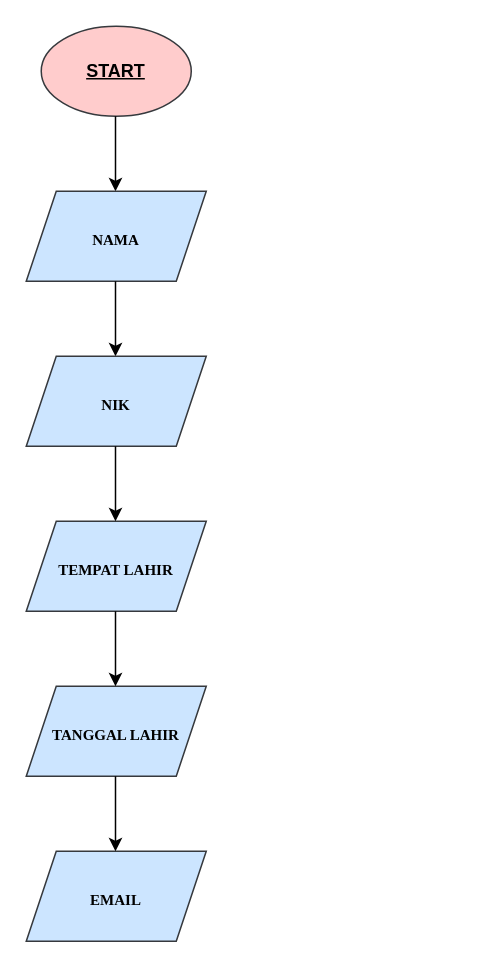
Earlier version of the draw.io diagram flowchart-hospital_admission.drawio (CarlosAprillio2002/carlos_aprillio-hospital_admission). Source tidied: cells renumbered, new cells numbered last; positions are measured from the earlier drawing's top-left corner, leaving out a move shared by most shapes. Both pictures are drawn from the tidied source at 150%, with x=0, y=0 at pixel (26, 26).
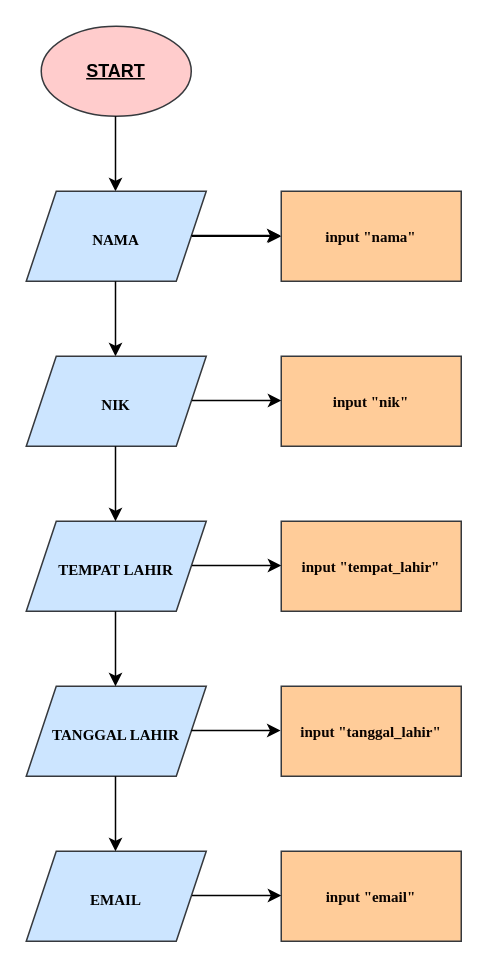
After the change.

Commit message:
Melakukan input pengguna baru

Unchanged cells that the change refers to:
```xml
<mxCell id="4" value="&lt;font style=&quot;font-size: 10px&quot;&gt;&lt;font color=&quot;#000000&quot;&gt;&lt;b&gt;NAMA&lt;/b&gt;&lt;/font&gt;&lt;br&gt;&lt;/font&gt;" style="shape=parallelogram;perimeter=parallelogramPerimeter;whiteSpace=wrap;html=1;fixedSize=1;shadow=0;sketch=0;fontFamily=Times New Roman;fontSize=18;strokeColor=#36393d;fillColor=#cce5ff;" parent="1" vertex="1">
  <mxGeometry y="110" width="120" height="60" as="geometry" />
</mxCell>
```

What changed in the source:
```diff
@@
+    <mxCell id="13" style="edgeStyle=none;html=1;labelBackgroundColor=default;fontFamily=Times New Roman;fontSize=10;fontColor=#0A0300;strokeColor=#000000;" parent="1" edge="1" source="4" target="14">
+      <mxGeometry relative="1" as="geometry" />
+    </mxCell>
@@
+    <mxCell id="14" value="&lt;font color=&quot;#0a0300&quot;&gt;&lt;b&gt;input &quot;nama&quot;&lt;/b&gt;&lt;/font&gt;" style="rounded=0;whiteSpace=wrap;html=1;shadow=0;sketch=0;fontFamily=Times New Roman;fontSize=10;strokeColor=#36393d;fillColor=#ffcc99;" parent="1" vertex="1">
+      <mxGeometry x="170" y="110" width="120" height="60" as="geometry" />
+    </mxCell>
+    <mxCell id="15" style="endArrow=classic;html=1;labelBackgroundColor=default;fontFamily=Times New Roman;fontSize=18;fontColor=#FDFCFF;strokeColor=#000000;" parent="1" edge="1">
+      <mxGeometry relative="1" as="geometry">
+        <mxPoint x="110" y="139.5" as="sourcePoint" />
+        <mxPoint x="169.5" y="139.5" as="targetPoint" />
+      </mxGeometry>
+    </mxCell>
+    <mxCell id="16" value="&lt;font color=&quot;#0a0300&quot;&gt;&lt;b&gt;input &quot;nik&quot;&lt;/b&gt;&lt;/font&gt;" style="rounded=0;whiteSpace=wrap;html=1;shadow=0;sketch=0;fontFamily=Times New Roman;fontSize=10;strokeColor=#36393d;fillColor=#ffcc99;" parent="1" vertex="1">
+      <mxGeometry x="170" y="220" width="120" height="60" as="geometry" />
+    </mxCell>
+    <mxCell id="17" value="&lt;font color=&quot;#0a0300&quot;&gt;&lt;b&gt;input &quot;tempat_lahir&quot;&lt;/b&gt;&lt;/font&gt;" style="rounded=0;whiteSpace=wrap;html=1;shadow=0;sketch=0;fontFamily=Times New Roman;fontSize=10;strokeColor=#36393d;fillColor=#ffcc99;" parent="1" vertex="1">
+      <mxGeometry x="170" y="330" width="120" height="60" as="geometry" />
+    </mxCell>
+    <mxCell id="18" value="&lt;font color=&quot;#0a0300&quot;&gt;&lt;b&gt;input &quot;tanggal_lahir&quot;&lt;/b&gt;&lt;/font&gt;" style="rounded=0;whiteSpace=wrap;html=1;shadow=0;sketch=0;fontFamily=Times New Roman;fontSize=10;strokeColor=#36393d;fillColor=#ffcc99;" parent="1" vertex="1">
+      <mxGeometry x="170" y="440" width="120" height="60" as="geometry" />
+    </mxCell>
+    <mxCell id="19" value="&lt;font color=&quot;#0a0300&quot;&gt;&lt;b&gt;input &quot;email&quot;&lt;/b&gt;&lt;/font&gt;" style="rounded=0;whiteSpace=wrap;html=1;shadow=0;sketch=0;fontFamily=Times New Roman;fontSize=10;strokeColor=#36393d;fillColor=#ffcc99;" parent="1" vertex="1">
+      <mxGeometry x="170" y="550" width="120" height="60" as="geometry" />
+    </mxCell>
+    <mxCell id="20" style="endArrow=classic;html=1;labelBackgroundColor=default;fontFamily=Times New Roman;fontSize=18;fontColor=#FDFCFF;strokeColor=#000000;" parent="1" edge="1">
+      <mxGeometry relative="1" as="geometry">
+        <mxPoint x="110.5" y="249.5" as="sourcePoint" />
+        <mxPoint x="170" y="249.5" as="targetPoint" />
+      </mxGeometry>
+    </mxCell>
+    <mxCell id="21" style="endArrow=classic;html=1;labelBackgroundColor=default;fontFamily=Times New Roman;fontSize=18;fontColor=#FDFCFF;strokeColor=#000000;" parent="1" edge="1">
+      <mxGeometry relative="1" as="geometry">
+        <mxPoint x="110.5" y="359.5" as="sourcePoint" />
+        <mxPoint x="170" y="359.5" as="targetPoint" />
+      </mxGeometry>
+    </mxCell>
+    <mxCell id="22" style="endArrow=classic;html=1;labelBackgroundColor=default;fontFamily=Times New Roman;fontSize=18;fontColor=#FDFCFF;strokeColor=#000000;" parent="1" edge="1">
+      <mxGeometry relative="1" as="geometry">
+        <mxPoint x="110" y="469.5" as="sourcePoint" />
+        <mxPoint x="169.5" y="469.5" as="targetPoint" />
+      </mxGeometry>
+    </mxCell>
+    <mxCell id="23" style="endArrow=classic;html=1;labelBackgroundColor=default;fontFamily=Times New Roman;fontSize=18;fontColor=#FDFCFF;strokeColor=#000000;" parent="1" edge="1">
+      <mxGeometry relative="1" as="geometry">
+        <mxPoint x="110.5" y="579.5" as="sourcePoint" />
+        <mxPoint x="170" y="579.5" as="targetPoint" />
+      </mxGeometry>
+    </mxCell>
```
